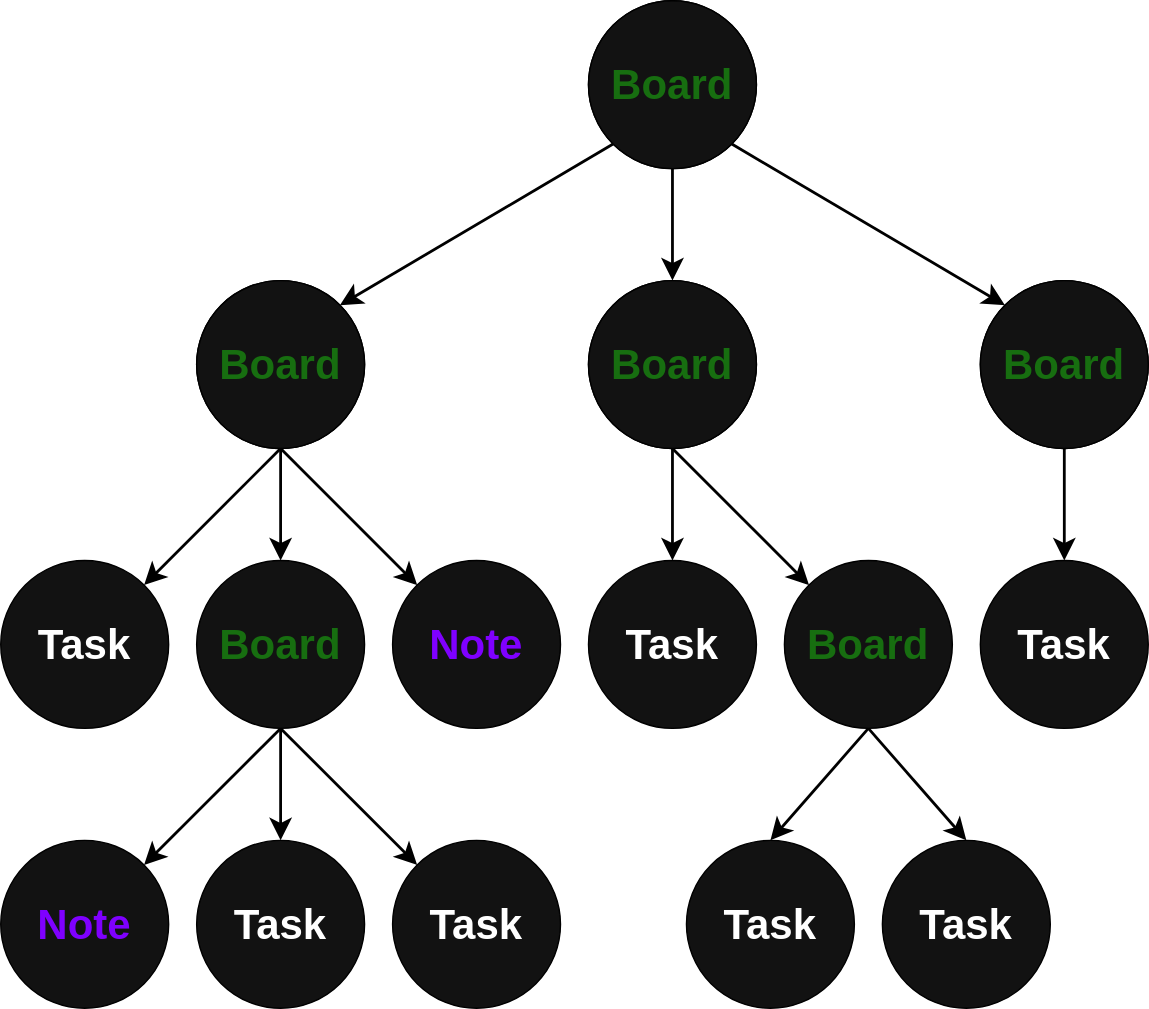
Earlier version of the draw.io export structure.svg (fanhenrique/my-tasks). Source tidied: cells renumbered, new cells last; positions are measured from the earlier drawing's top-left corner, leaving out a move shared by most shapes.
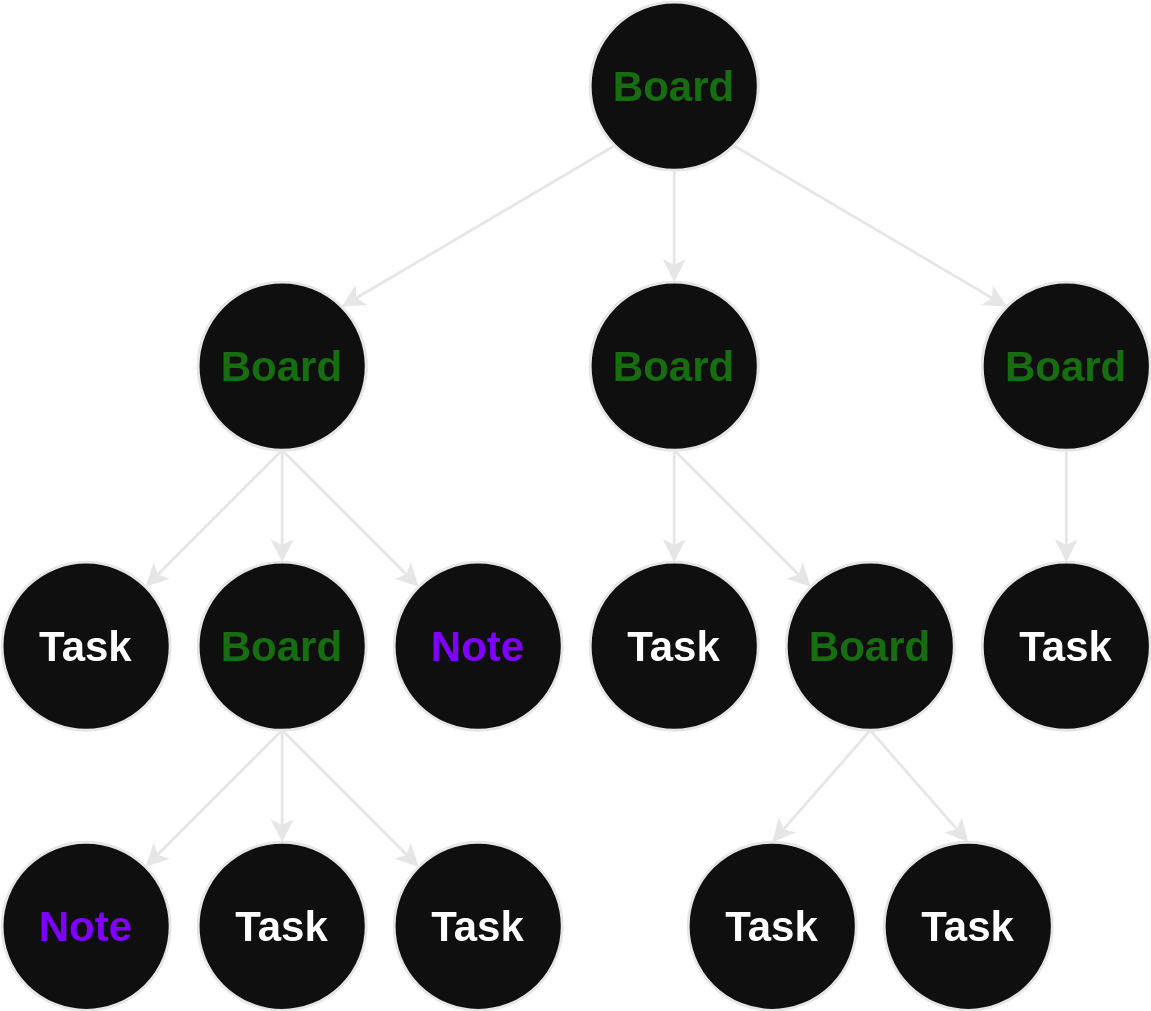
After the commit.

What changed in the source:
```diff
@@ -2,103 +2,103 @@
   <root>
     <mxCell id="0" />
     <mxCell id="1" parent="0" />
-    <mxCell id="2" style="edgeStyle=none;html=1;exitX=1;exitY=1;exitDx=0;exitDy=0;entryX=0;entryY=0;entryDx=0;entryDy=0;strokeWidth=2;fontColor=#4C0099;endSize=10;strokeColor=default;" parent="1" edge="1" source="5" target="29">
+    <mxCell id="2" style="edgeStyle=none;html=1;exitX=1;exitY=1;exitDx=0;exitDy=0;entryX=0;entryY=0;entryDx=0;entryDy=0;strokeWidth=2;fontColor=#4C0099;endSize=10;strokeColor=#E6E6E6;" parent="1" edge="1" source="5" target="29">
       <mxGeometry relative="1" as="geometry" />
     </mxCell>
-    <mxCell id="3" style="edgeStyle=none;html=1;exitX=0.5;exitY=1;exitDx=0;exitDy=0;entryX=0.5;entryY=0;entryDx=0;entryDy=0;strokeWidth=2;fontColor=#4C0099;endSize=10;strokeColor=default;" parent="1" edge="1" source="5" target="8">
+    <mxCell id="3" style="edgeStyle=none;html=1;exitX=0.5;exitY=1;exitDx=0;exitDy=0;entryX=0.5;entryY=0;entryDx=0;entryDy=0;strokeWidth=2;fontColor=#4C0099;endSize=10;strokeColor=#E6E6E6;" parent="1" edge="1" source="5" target="8">
       <mxGeometry relative="1" as="geometry" />
     </mxCell>
-    <mxCell id="4" style="edgeStyle=none;html=1;exitX=0;exitY=1;exitDx=0;exitDy=0;entryX=1;entryY=0;entryDx=0;entryDy=0;strokeWidth=2;fontColor=#4C0099;endSize=10;strokeColor=default;" parent="1" edge="1" source="5" target="12">
+    <mxCell id="4" style="edgeStyle=none;html=1;exitX=0;exitY=1;exitDx=0;exitDy=0;entryX=1;entryY=0;entryDx=0;entryDy=0;strokeWidth=2;fontColor=#4C0099;endSize=10;strokeColor=#E6E6E6;" parent="1" edge="1" source="5" target="12">
       <mxGeometry relative="1" as="geometry" />
     </mxCell>
-    <mxCell id="5" value="&lt;font color=&quot;#176e10&quot; style=&quot;font-size: 30px;&quot;&gt;&lt;b style=&quot;&quot;&gt;Board&lt;/b&gt;&lt;/font&gt;" style="ellipse;whiteSpace=wrap;html=1;strokeColor=default;" parent="1" vertex="1">
+    <mxCell id="5" value="&lt;font color=&quot;#176e10&quot; style=&quot;font-size: 30px;&quot;&gt;&lt;b style=&quot;&quot;&gt;Board&lt;/b&gt;&lt;/font&gt;" style="ellipse;whiteSpace=wrap;html=1;strokeColor=#E6E6E6;strokeWidth=2;" parent="1" vertex="1">
       <mxGeometry x="420" width="120" height="120" as="geometry" />
     </mxCell>
-    <mxCell id="6" style="edgeStyle=none;html=1;exitX=0.5;exitY=1;exitDx=0;exitDy=0;entryX=0;entryY=0;entryDx=0;entryDy=0;strokeWidth=2;fontColor=#4C0099;endSize=10;strokeColor=default;" parent="1" edge="1" source="8" target="15">
+    <mxCell id="6" style="edgeStyle=none;html=1;exitX=0.5;exitY=1;exitDx=0;exitDy=0;entryX=0;entryY=0;entryDx=0;entryDy=0;strokeWidth=2;fontColor=#4C0099;endSize=10;strokeColor=#E6E6E6;" parent="1" edge="1" source="8" target="15">
       <mxGeometry relative="1" as="geometry" />
     </mxCell>
-    <mxCell id="7" style="edgeStyle=none;html=1;exitX=0.5;exitY=1;exitDx=0;exitDy=0;entryX=0.5;entryY=0;entryDx=0;entryDy=0;strokeWidth=2;fontColor=#4C0099;endSize=10;strokeColor=default;" parent="1" edge="1" source="8" target="27">
+    <mxCell id="7" style="edgeStyle=none;html=1;exitX=0.5;exitY=1;exitDx=0;exitDy=0;entryX=0.5;entryY=0;entryDx=0;entryDy=0;strokeWidth=2;fontColor=#4C0099;endSize=10;strokeColor=#E6E6E6;" parent="1" edge="1" source="8" target="27">
       <mxGeometry relative="1" as="geometry" />
     </mxCell>
-    <mxCell id="8" value="&lt;font color=&quot;#176e10&quot; style=&quot;font-size: 30px;&quot;&gt;&lt;b style=&quot;&quot;&gt;Board&lt;/b&gt;&lt;/font&gt;" style="ellipse;whiteSpace=wrap;html=1;strokeColor=default;" parent="1" vertex="1">
+    <mxCell id="8" value="&lt;font color=&quot;#176e10&quot; style=&quot;font-size: 30px;&quot;&gt;&lt;b style=&quot;&quot;&gt;Board&lt;/b&gt;&lt;/font&gt;" style="ellipse;whiteSpace=wrap;html=1;strokeColor=#E6E6E6;strokeWidth=2;" parent="1" vertex="1">
       <mxGeometry x="420" y="200" width="120" height="120" as="geometry" />
     </mxCell>
-    <mxCell id="9" style="edgeStyle=none;html=1;exitX=0.5;exitY=1;exitDx=0;exitDy=0;entryX=1;entryY=0;entryDx=0;entryDy=0;fontColor=#4C0099;endSize=10;strokeWidth=2;strokeColor=default;" parent="1" edge="1" source="12" target="20">
+    <mxCell id="9" style="edgeStyle=none;html=1;exitX=0.5;exitY=1;exitDx=0;exitDy=0;entryX=1;entryY=0;entryDx=0;entryDy=0;fontColor=#4C0099;endSize=10;strokeWidth=2;strokeColor=#E6E6E6;" parent="1" edge="1" source="12" target="20">
       <mxGeometry relative="1" as="geometry" />
     </mxCell>
-    <mxCell id="10" style="edgeStyle=none;html=1;exitX=0.5;exitY=1;exitDx=0;exitDy=0;entryX=0.5;entryY=0;entryDx=0;entryDy=0;fontColor=#4C0099;endSize=10;strokeWidth=2;strokeColor=default;" parent="1" edge="1" source="12" target="19">
+    <mxCell id="10" style="edgeStyle=none;html=1;exitX=0.5;exitY=1;exitDx=0;exitDy=0;entryX=0.5;entryY=0;entryDx=0;entryDy=0;fontColor=#4C0099;endSize=10;strokeWidth=2;strokeColor=#E6E6E6;" parent="1" edge="1" source="12" target="19">
       <mxGeometry relative="1" as="geometry" />
     </mxCell>
-    <mxCell id="11" style="edgeStyle=none;html=1;exitX=0.5;exitY=1;exitDx=0;exitDy=0;entryX=0;entryY=0;entryDx=0;entryDy=0;fontColor=#4C0099;endSize=10;strokeWidth=2;strokeColor=default;" parent="1" edge="1" source="12" target="21">
+    <mxCell id="11" style="edgeStyle=none;html=1;exitX=0.5;exitY=1;exitDx=0;exitDy=0;entryX=0;entryY=0;entryDx=0;entryDy=0;fontColor=#4C0099;endSize=10;strokeWidth=2;strokeColor=#E6E6E6;" parent="1" edge="1" source="12" target="21">
       <mxGeometry relative="1" as="geometry" />
     </mxCell>
-    <mxCell id="12" value="&lt;font color=&quot;#176e10&quot; style=&quot;font-size: 30px;&quot;&gt;&lt;b style=&quot;&quot;&gt;Board&lt;/b&gt;&lt;/font&gt;" style="ellipse;whiteSpace=wrap;html=1;strokeColor=default;" parent="1" vertex="1">
+    <mxCell id="12" value="&lt;font color=&quot;#176e10&quot; style=&quot;font-size: 30px;&quot;&gt;&lt;b style=&quot;&quot;&gt;Board&lt;/b&gt;&lt;/font&gt;" style="ellipse;whiteSpace=wrap;html=1;strokeColor=#E6E6E6;strokeWidth=2;" parent="1" vertex="1">
       <mxGeometry x="140" y="200" width="120" height="120" as="geometry" />
     </mxCell>
-    <mxCell id="13" style="edgeStyle=none;html=1;exitX=0.5;exitY=1;exitDx=0;exitDy=0;entryX=0.5;entryY=0;entryDx=0;entryDy=0;fontColor=#4C0099;endSize=10;strokeWidth=2;strokeColor=default;" parent="1" edge="1" source="15" target="26">
+    <mxCell id="13" style="edgeStyle=none;html=1;exitX=0.5;exitY=1;exitDx=0;exitDy=0;entryX=0.5;entryY=0;entryDx=0;entryDy=0;fontColor=#4C0099;endSize=10;strokeWidth=2;strokeColor=#E6E6E6;" parent="1" edge="1" source="15" target="26">
       <mxGeometry relative="1" as="geometry" />
     </mxCell>
-    <mxCell id="14" style="edgeStyle=none;html=1;exitX=0.5;exitY=1;exitDx=0;exitDy=0;strokeWidth=2;fontColor=#4C0099;endSize=10;entryX=0.5;entryY=0;entryDx=0;entryDy=0;strokeColor=default;" parent="1" edge="1" source="15" target="25">
+    <mxCell id="14" style="edgeStyle=none;html=1;exitX=0.5;exitY=1;exitDx=0;exitDy=0;strokeWidth=2;fontColor=#4C0099;endSize=10;entryX=0.5;entryY=0;entryDx=0;entryDy=0;strokeColor=#E6E6E6;" parent="1" edge="1" source="15" target="25">
       <mxGeometry relative="1" as="geometry" />
     </mxCell>
-    <mxCell id="15" value="&lt;font color=&quot;#176e10&quot; style=&quot;font-size: 30px;&quot;&gt;&lt;b style=&quot;&quot;&gt;Board&lt;/b&gt;&lt;/font&gt;" style="ellipse;whiteSpace=wrap;html=1;strokeColor=default;fillColor=#121212;gradientColor=none;" parent="1" vertex="1">
+    <mxCell id="15" value="&lt;font color=&quot;#176e10&quot; style=&quot;font-size: 30px;&quot;&gt;&lt;b style=&quot;&quot;&gt;Board&lt;/b&gt;&lt;/font&gt;" style="ellipse;whiteSpace=wrap;html=1;strokeColor=#E6E6E6;fillColor=#0F0F0F;fillStyle=solid;strokeWidth=2;" parent="1" vertex="1">
       <mxGeometry x="560" y="400" width="120" height="120" as="geometry" />
     </mxCell>
-    <mxCell id="16" style="edgeStyle=none;html=1;exitX=0.5;exitY=1;exitDx=0;exitDy=0;entryX=0.5;entryY=0;entryDx=0;entryDy=0;fontColor=#4C0099;endSize=10;strokeWidth=2;strokeColor=default;" parent="1" edge="1" source="19" target="23">
+    <mxCell id="16" style="edgeStyle=none;html=1;exitX=0.5;exitY=1;exitDx=0;exitDy=0;entryX=0.5;entryY=0;entryDx=0;entryDy=0;fontColor=#4C0099;endSize=10;strokeWidth=2;strokeColor=#E6E6E6;" parent="1" edge="1" source="19" target="23">
       <mxGeometry relative="1" as="geometry" />
     </mxCell>
-    <mxCell id="17" style="edgeStyle=none;html=1;exitX=0.5;exitY=1;exitDx=0;exitDy=0;entryX=0;entryY=0;entryDx=0;entryDy=0;fontColor=#4C0099;endSize=10;strokeWidth=2;strokeColor=default;" parent="1" edge="1" source="19" target="22">
+    <mxCell id="17" style="edgeStyle=none;html=1;exitX=0.5;exitY=1;exitDx=0;exitDy=0;entryX=0;entryY=0;entryDx=0;entryDy=0;fontColor=#4C0099;endSize=10;strokeWidth=2;strokeColor=#E6E6E6;" parent="1" edge="1" source="19" target="22">
       <mxGeometry relative="1" as="geometry" />
     </mxCell>
-    <mxCell id="18" style="edgeStyle=none;html=1;exitX=0.5;exitY=1;exitDx=0;exitDy=0;entryX=1;entryY=0;entryDx=0;entryDy=0;fontColor=#4C0099;endSize=10;strokeWidth=2;strokeColor=default;" parent="1" edge="1" source="19" target="24">
+    <mxCell id="18" style="edgeStyle=none;html=1;exitX=0.5;exitY=1;exitDx=0;exitDy=0;entryX=1;entryY=0;entryDx=0;entryDy=0;fontColor=#4C0099;endSize=10;strokeWidth=2;strokeColor=#E6E6E6;" parent="1" edge="1" source="19" target="24">
       <mxGeometry relative="1" as="geometry" />
     </mxCell>
-    <mxCell id="19" value="&lt;font color=&quot;#176e10&quot; style=&quot;font-size: 30px;&quot;&gt;&lt;b style=&quot;&quot;&gt;Board&lt;/b&gt;&lt;/font&gt;" style="ellipse;whiteSpace=wrap;html=1;strokeColor=default;fillColor=#121212;gradientColor=none;" parent="1" vertex="1">
+    <mxCell id="19" value="&lt;font color=&quot;#176e10&quot; style=&quot;font-size: 30px;&quot;&gt;&lt;b style=&quot;&quot;&gt;Board&lt;/b&gt;&lt;/font&gt;" style="ellipse;whiteSpace=wrap;html=1;strokeColor=#E6E6E6;fillColor=#0F0F0F;fillStyle=solid;strokeWidth=2;" parent="1" vertex="1">
       <mxGeometry x="140" y="400" width="120" height="120" as="geometry" />
     </mxCell>
-    <mxCell id="20" value="&lt;font color=&quot;#ffffff&quot; style=&quot;font-size: 30px;&quot;&gt;&lt;b style=&quot;&quot;&gt;Task&lt;/b&gt;&lt;/font&gt;" style="ellipse;whiteSpace=wrap;html=1;strokeColor=default;fillColor=#121212;gradientColor=none;" parent="1" vertex="1">
+    <mxCell id="20" value="&lt;font color=&quot;#ffffff&quot; style=&quot;font-size: 30px;&quot;&gt;&lt;b style=&quot;&quot;&gt;Task&lt;/b&gt;&lt;/font&gt;" style="ellipse;whiteSpace=wrap;html=1;strokeColor=#E6E6E6;fillColor=#0F0F0F;fillStyle=solid;strokeWidth=2;" parent="1" vertex="1">
       <mxGeometry y="400" width="120" height="120" as="geometry" />
     </mxCell>
-    <mxCell id="21" value="&lt;font color=&quot;#7f00ff&quot; style=&quot;font-size: 30px;&quot;&gt;&lt;b style=&quot;&quot;&gt;Note&lt;/b&gt;&lt;/font&gt;" style="ellipse;whiteSpace=wrap;html=1;strokeColor=default;fillColor=#121212;gradientColor=none;" parent="1" vertex="1">
+    <mxCell id="21" value="&lt;font color=&quot;#7f00ff&quot; style=&quot;font-size: 30px;&quot;&gt;&lt;b style=&quot;&quot;&gt;Note&lt;/b&gt;&lt;/font&gt;" style="ellipse;whiteSpace=wrap;html=1;strokeColor=#E6E6E6;fillColor=#0F0F0F;fillStyle=solid;strokeWidth=2;" parent="1" vertex="1">
       <mxGeometry x="280" y="400" width="120" height="120" as="geometry" />
     </mxCell>
-    <mxCell id="22" value="&lt;font color=&quot;#ffffff&quot; style=&quot;font-size: 30px;&quot;&gt;&lt;b style=&quot;&quot;&gt;Task&lt;/b&gt;&lt;/font&gt;" style="ellipse;whiteSpace=wrap;html=1;strokeColor=default;fillColor=#121212;gradientColor=none;" parent="1" vertex="1">
+    <mxCell id="22" value="&lt;font color=&quot;#ffffff&quot; style=&quot;font-size: 30px;&quot;&gt;&lt;b style=&quot;&quot;&gt;Task&lt;/b&gt;&lt;/font&gt;" style="ellipse;whiteSpace=wrap;html=1;strokeColor=#E6E6E6;fillColor=#0F0F0F;fillStyle=solid;strokeWidth=2;" parent="1" vertex="1">
       <mxGeometry x="280" y="600" width="120" height="120" as="geometry" />
     </mxCell>
-    <mxCell id="23" value="&lt;font color=&quot;#ffffff&quot; style=&quot;font-size: 30px;&quot;&gt;&lt;b style=&quot;&quot;&gt;Task&lt;/b&gt;&lt;/font&gt;" style="ellipse;whiteSpace=wrap;html=1;strokeColor=default;fillColor=#121212;gradientColor=none;" parent="1" vertex="1">
+    <mxCell id="23" value="&lt;font color=&quot;#ffffff&quot; style=&quot;font-size: 30px;&quot;&gt;&lt;b style=&quot;&quot;&gt;Task&lt;/b&gt;&lt;/font&gt;" style="ellipse;whiteSpace=wrap;html=1;strokeColor=#E6E6E6;fillColor=#0F0F0F;fillStyle=solid;strokeWidth=2;" parent="1" vertex="1">
       <mxGeometry x="140" y="600" width="120" height="120" as="geometry" />
     </mxCell>
-    <mxCell id="24" value="&lt;font color=&quot;#7f00ff&quot; style=&quot;font-size: 30px;&quot;&gt;&lt;b style=&quot;&quot;&gt;Note&lt;/b&gt;&lt;/font&gt;" style="ellipse;whiteSpace=wrap;html=1;strokeColor=default;fillColor=#121212;gradientColor=none;" parent="1" vertex="1">
+    <mxCell id="24" value="&lt;font color=&quot;#7f00ff&quot; style=&quot;font-size: 30px;&quot;&gt;&lt;b style=&quot;&quot;&gt;Note&lt;/b&gt;&lt;/font&gt;" style="ellipse;whiteSpace=wrap;html=1;strokeColor=#E6E6E6;fillColor=#0F0F0F;fillStyle=solid;strokeWidth=2;" parent="1" vertex="1">
       <mxGeometry y="600" width="120" height="120" as="geometry" />
     </mxCell>
-    <mxCell id="25" value="&lt;font color=&quot;#ffffff&quot; style=&quot;font-size: 30px;&quot;&gt;&lt;b style=&quot;&quot;&gt;Task&lt;/b&gt;&lt;/font&gt;" style="ellipse;whiteSpace=wrap;html=1;strokeColor=default;fillColor=#121212;gradientColor=none;" parent="1" vertex="1">
+    <mxCell id="25" value="&lt;font color=&quot;#ffffff&quot; style=&quot;font-size: 30px;&quot;&gt;&lt;b style=&quot;&quot;&gt;Task&lt;/b&gt;&lt;/font&gt;" style="ellipse;whiteSpace=wrap;html=1;strokeColor=#E6E6E6;fillColor=#0F0F0F;fillStyle=solid;strokeWidth=2;" parent="1" vertex="1">
       <mxGeometry x="630" y="600" width="120" height="120" as="geometry" />
     </mxCell>
-    <mxCell id="26" value="&lt;font color=&quot;#ffffff&quot; style=&quot;font-size: 30px;&quot;&gt;&lt;b style=&quot;&quot;&gt;Task&lt;/b&gt;&lt;/font&gt;" style="ellipse;whiteSpace=wrap;html=1;strokeColor=default;fillColor=#121212;gradientColor=none;" parent="1" vertex="1">
+    <mxCell id="26" value="&lt;font color=&quot;#ffffff&quot; style=&quot;font-size: 30px;&quot;&gt;&lt;b style=&quot;&quot;&gt;Task&lt;/b&gt;&lt;/font&gt;" style="ellipse;whiteSpace=wrap;html=1;strokeColor=#E6E6E6;fillColor=#0F0F0F;fillStyle=solid;strokeWidth=2;" parent="1" vertex="1">
       <mxGeometry x="490" y="600" width="120" height="120" as="geometry" />
     </mxCell>
-    <mxCell id="27" value="&lt;font color=&quot;#ffffff&quot; style=&quot;font-size: 30px;&quot;&gt;&lt;b style=&quot;&quot;&gt;Task&lt;/b&gt;&lt;/font&gt;" style="ellipse;whiteSpace=wrap;html=1;strokeColor=default;fillColor=#121212;gradientColor=none;" parent="1" vertex="1">
+    <mxCell id="27" value="&lt;font color=&quot;#ffffff&quot; style=&quot;font-size: 30px;&quot;&gt;&lt;b style=&quot;&quot;&gt;Task&lt;/b&gt;&lt;/font&gt;" style="ellipse;whiteSpace=wrap;html=1;strokeColor=#E6E6E6;fillColor=#0F0F0F;fillStyle=solid;strokeWidth=2;" parent="1" vertex="1">
       <mxGeometry x="420" y="400" width="120" height="120" as="geometry" />
     </mxCell>
-    <mxCell id="28" style="edgeStyle=none;html=1;exitX=0.5;exitY=1;exitDx=0;exitDy=0;entryX=0.5;entryY=0;entryDx=0;entryDy=0;strokeWidth=2;fontColor=#4C0099;endSize=10;strokeColor=default;" parent="1" edge="1" source="29" target="30">
+    <mxCell id="28" style="edgeStyle=none;html=1;exitX=0.5;exitY=1;exitDx=0;exitDy=0;entryX=0.5;entryY=0;entryDx=0;entryDy=0;strokeWidth=2;fontColor=#4C0099;endSize=10;strokeColor=#E6E6E6;" parent="1" edge="1" source="29" target="30">
       <mxGeometry relative="1" as="geometry" />
     </mxCell>
-    <mxCell id="29" value="&lt;font color=&quot;#176e10&quot; style=&quot;font-size: 30px;&quot;&gt;&lt;b style=&quot;&quot;&gt;Board&lt;/b&gt;&lt;/font&gt;" style="ellipse;whiteSpace=wrap;html=1;strokeColor=default;" parent="1" vertex="1">
+    <mxCell id="29" value="&lt;font color=&quot;#176e10&quot; style=&quot;font-size: 30px;&quot;&gt;&lt;b style=&quot;&quot;&gt;Board&lt;/b&gt;&lt;/font&gt;" style="ellipse;whiteSpace=wrap;html=1;strokeColor=#E6E6E6;strokeWidth=2;" parent="1" vertex="1">
       <mxGeometry x="700" y="200" width="120" height="120" as="geometry" />
     </mxCell>
-    <mxCell id="30" value="&lt;font color=&quot;#ffffff&quot; style=&quot;font-size: 30px;&quot;&gt;&lt;b style=&quot;&quot;&gt;Task&lt;/b&gt;&lt;/font&gt;" style="ellipse;whiteSpace=wrap;html=1;strokeColor=default;fillColor=#121212;gradientColor=none;" parent="1" vertex="1">
+    <mxCell id="30" value="&lt;font color=&quot;#ffffff&quot; style=&quot;font-size: 30px;&quot;&gt;&lt;b style=&quot;&quot;&gt;Task&lt;/b&gt;&lt;/font&gt;" style="ellipse;whiteSpace=wrap;html=1;strokeColor=#E6E6E6;fillColor=#0F0F0F;fillStyle=solid;strokeWidth=2;" parent="1" vertex="1">
       <mxGeometry x="700" y="400" width="120" height="120" as="geometry" />
     </mxCell>
-    <mxCell id="31" value="&lt;font color=&quot;#176e10&quot; style=&quot;font-size: 30px;&quot;&gt;&lt;b style=&quot;&quot;&gt;Board&lt;/b&gt;&lt;/font&gt;" style="ellipse;whiteSpace=wrap;html=1;strokeColor=default;gradientColor=none;fillColor=#121212;" parent="1" vertex="1">
+    <mxCell id="31" value="&lt;font color=&quot;#176e10&quot; style=&quot;font-size: 30px;&quot;&gt;&lt;b style=&quot;&quot;&gt;Board&lt;/b&gt;&lt;/font&gt;" style="ellipse;whiteSpace=wrap;html=1;strokeColor=#E6E6E6;fillColor=#0F0F0F;fillStyle=solid;strokeWidth=2;" parent="1" vertex="1">
       <mxGeometry x="420" width="120" height="120" as="geometry" />
     </mxCell>
-    <mxCell id="32" value="&lt;font color=&quot;#176e10&quot; style=&quot;font-size: 30px;&quot;&gt;&lt;b style=&quot;&quot;&gt;Board&lt;/b&gt;&lt;/font&gt;" style="ellipse;whiteSpace=wrap;html=1;strokeColor=default;fillColor=#121212;gradientColor=none;" parent="1" vertex="1">
+    <mxCell id="32" value="&lt;font color=&quot;#176e10&quot; style=&quot;font-size: 30px;&quot;&gt;&lt;b style=&quot;&quot;&gt;Board&lt;/b&gt;&lt;/font&gt;" style="ellipse;whiteSpace=wrap;html=1;strokeColor=#E6E6E6;fillColor=#0F0F0F;fillStyle=solid;strokeWidth=2;" parent="1" vertex="1">
       <mxGeometry x="140" y="200" width="120" height="120" as="geometry" />
     </mxCell>
-    <mxCell id="33" value="&lt;font color=&quot;#176e10&quot; style=&quot;font-size: 30px;&quot;&gt;&lt;b style=&quot;&quot;&gt;Board&lt;/b&gt;&lt;/font&gt;" style="ellipse;whiteSpace=wrap;html=1;strokeColor=default;fillColor=#121212;gradientColor=none;" parent="1" vertex="1">
+    <mxCell id="33" value="&lt;font color=&quot;#176e10&quot; style=&quot;font-size: 30px;&quot;&gt;&lt;b style=&quot;&quot;&gt;Board&lt;/b&gt;&lt;/font&gt;" style="ellipse;whiteSpace=wrap;html=1;strokeColor=#E6E6E6;fillColor=#0F0F0F;fillStyle=solid;strokeWidth=2;" parent="1" vertex="1">
       <mxGeometry x="420" y="200" width="120" height="120" as="geometry" />
     </mxCell>
-    <mxCell id="34" value="&lt;font color=&quot;#176e10&quot; style=&quot;font-size: 30px;&quot;&gt;&lt;b style=&quot;&quot;&gt;Board&lt;/b&gt;&lt;/font&gt;" style="ellipse;whiteSpace=wrap;html=1;fillStyle=auto;strokeColor=default;fillColor=#121212;gradientColor=none;" parent="1" vertex="1">
+    <mxCell id="34" value="&lt;font color=&quot;#176e10&quot; style=&quot;font-size: 30px;&quot;&gt;&lt;b style=&quot;&quot;&gt;Board&lt;/b&gt;&lt;/font&gt;" style="ellipse;whiteSpace=wrap;html=1;fillStyle=solid;strokeColor=#E6E6E6;fillColor=#0F0F0F;strokeWidth=2;" parent="1" vertex="1">
       <mxGeometry x="700" y="200" width="120" height="120" as="geometry" />
     </mxCell>
   </root>
```
